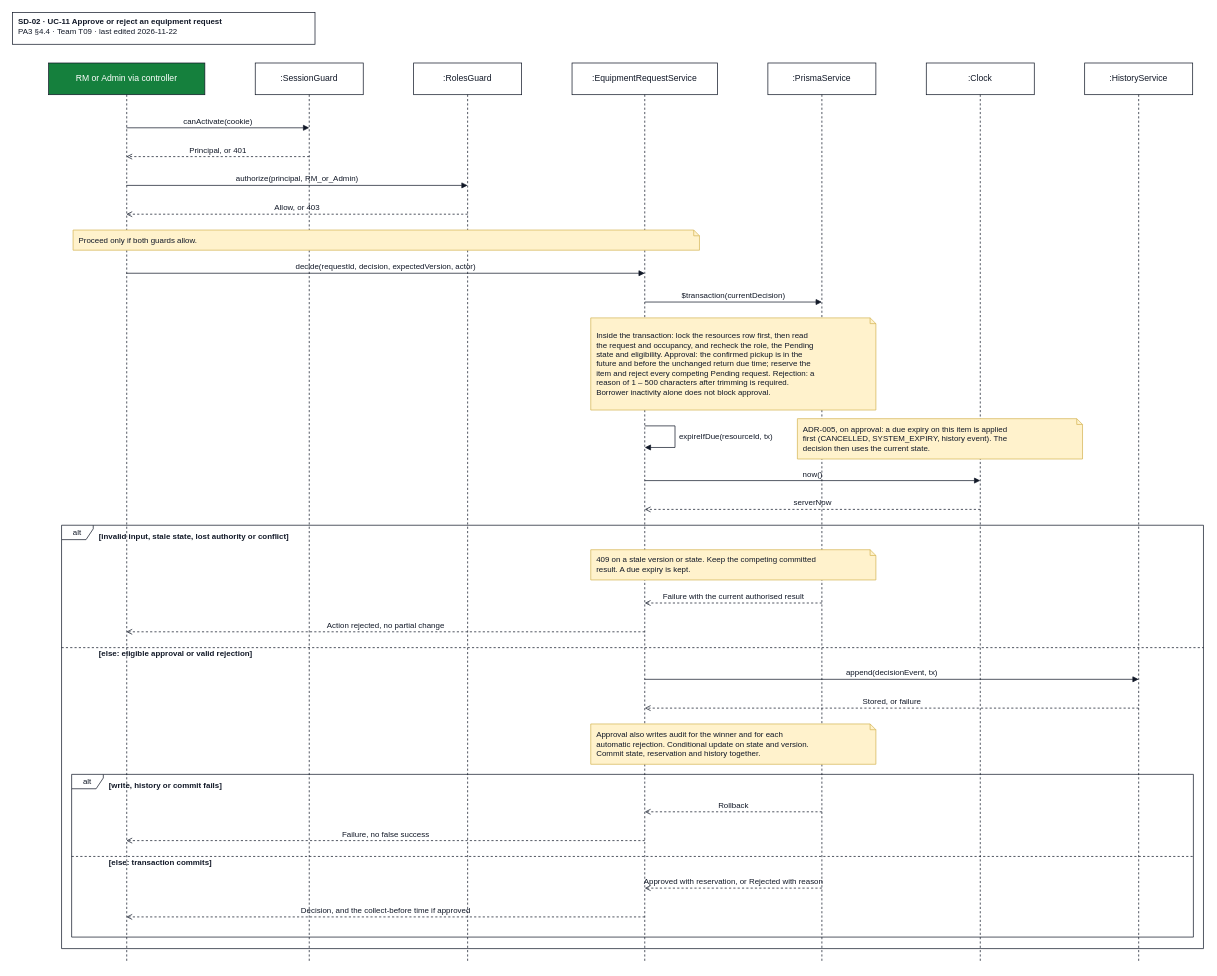
Above: docs/design/diagrams/SD-02_uc11-approve-equipment.drawio in JuliaTrang/T09-CampusBorrow (draw.io), before the change. Source tidied: cells renumbered, new cells numbered last; positions are measured from the earlier drawing's top-left corner, leaving out a move shared by most shapes. Both pictures are drawn from the tidied source at 72%, with x=0, y=0 at pixel (12, 12).
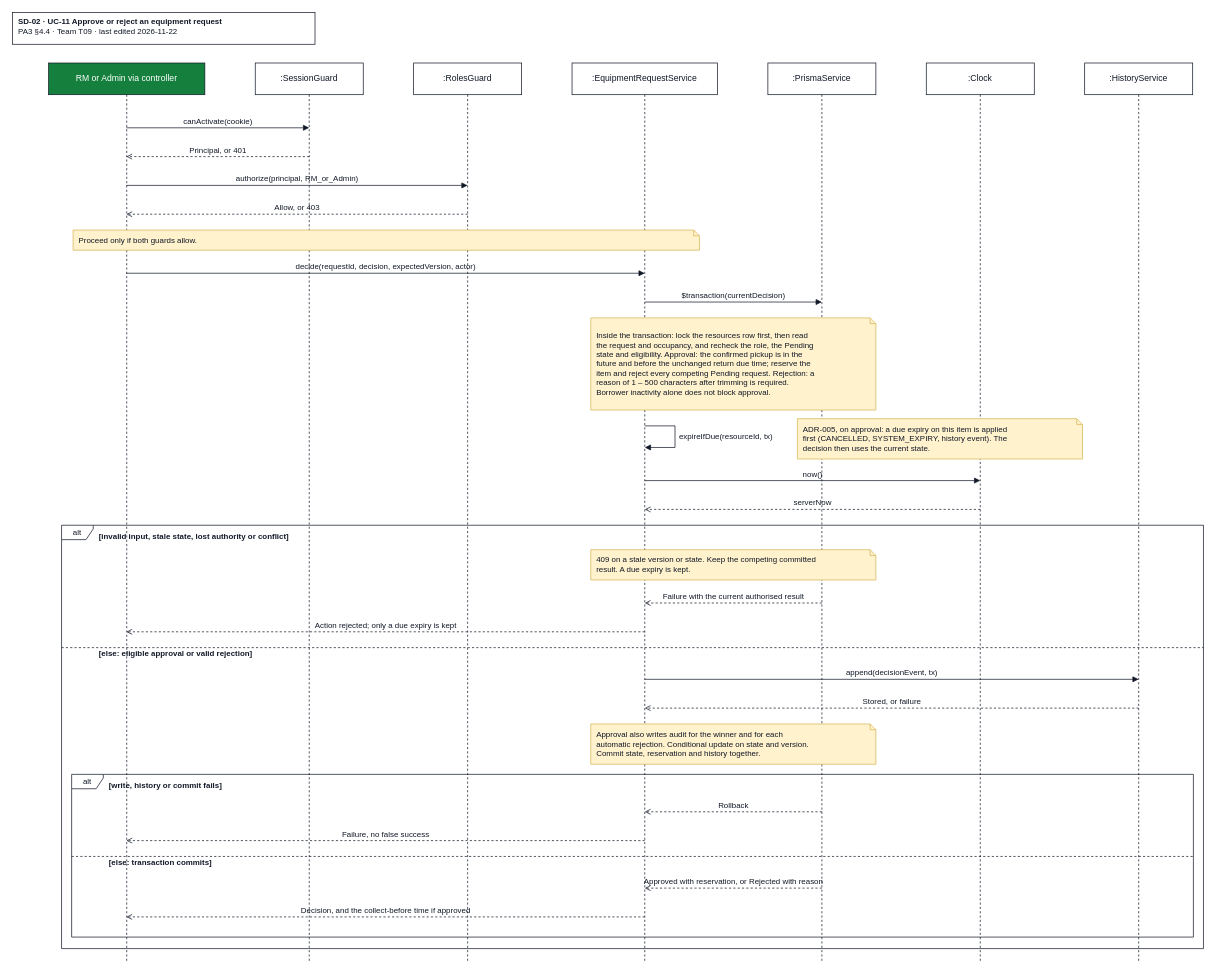
After the change.

Change to the diagram source:
```diff
@@
-    <mxCell id="31" value="Action rejected, no partial change" style="html=1;verticalAlign=bottom;labelBackgroundColor=none;strokeColor=#111827;fontFamily=Arial;fontSize=11;fontColor=#111827;dashed=1;endArrow=open;endFill=0;" parent="1" edge="1">
+    <mxCell id="31" value="Action rejected; only a due expiry is kept" style="html=1;verticalAlign=bottom;labelBackgroundColor=none;strokeColor=#111827;fontFamily=Arial;fontSize=11;fontColor=#111827;dashed=1;endArrow=open;endFill=0;" parent="1" edge="1">
       <mxGeometry relative="1" as="geometry">
         <mxPoint x="878" y="860" as="sourcePoint" />
         <mxPoint x="158" y="860" as="targetPoint" />
       </mxGeometry>
     </mxCell>
```
